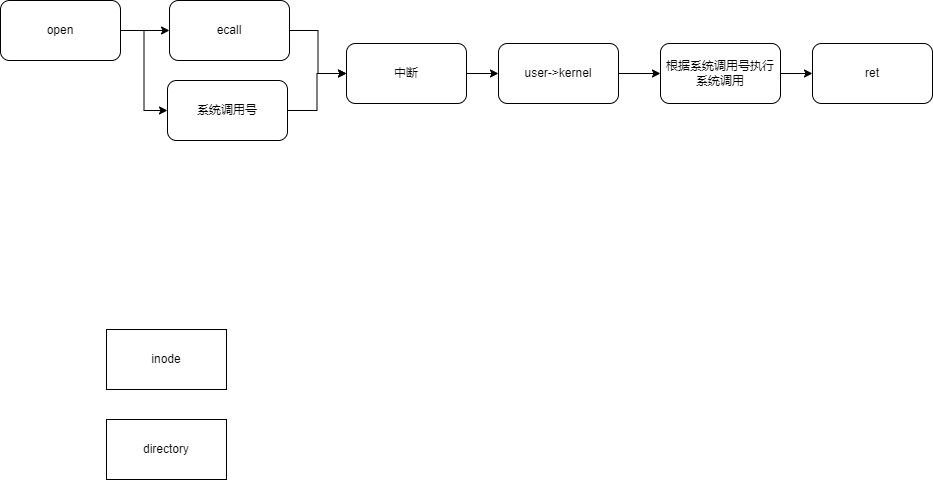
This is CS/OS/文件系统/filesystem.drawio.png from sirius-zyj/Images, a draw.io export, as it was before one commit. Source tidied: cells renumbered, new cells last; positions are measured from the earlier drawing's top-left corner, leaving out a move shared by most shapes. The source it was exported from:
```xml
<mxGraphModel background="#ffffff">
  <root>
    <mxCell id="0" />
    <mxCell id="1" parent="0" />
    <mxCell id="2" value="inode" style="rounded=0;whiteSpace=wrap;html=1;" parent="1" vertex="1">
      <mxGeometry x="106" y="329" width="120" height="60" as="geometry" />
    </mxCell>
    <mxCell id="3" value="directory" style="rounded=0;whiteSpace=wrap;html=1;" parent="1" vertex="1">
      <mxGeometry x="106" y="419" width="120" height="60" as="geometry" />
    </mxCell>
    <mxCell id="4" style="edgeStyle=orthogonalEdgeStyle;rounded=0;jettySize=auto;html=1;exitX=1;exitY=0.5;exitDx=0;exitDy=0;entryX=0;entryY=0.5;entryDx=0;entryDy=0;" parent="1" edge="1" source="6" target="10">
      <mxGeometry relative="1" as="geometry" />
    </mxCell>
    <mxCell id="5" style="edgeStyle=orthogonalEdgeStyle;rounded=0;jettySize=auto;html=1;exitX=1;exitY=0.5;exitDx=0;exitDy=0;entryX=0;entryY=0.5;entryDx=0;entryDy=0;" parent="1" edge="1" source="6" target="12">
      <mxGeometry relative="1" as="geometry" />
    </mxCell>
    <mxCell id="6" value="open" style="rounded=1;whiteSpace=wrap;html=1;" parent="1" vertex="1">
      <mxGeometry width="120" height="60" as="geometry" />
    </mxCell>
    <mxCell id="7" style="edgeStyle=orthogonalEdgeStyle;rounded=0;jettySize=auto;html=1;exitX=1;exitY=0.5;exitDx=0;exitDy=0;entryX=0;entryY=0.5;entryDx=0;entryDy=0;" parent="1" edge="1" source="8" target="16">
      <mxGeometry relative="1" as="geometry" />
    </mxCell>
    <mxCell id="8" value="user-&amp;gt;kernel" style="rounded=1;whiteSpace=wrap;html=1;" parent="1" vertex="1">
      <mxGeometry x="498" y="43" width="120" height="60" as="geometry" />
    </mxCell>
    <mxCell id="9" style="edgeStyle=orthogonalEdgeStyle;rounded=0;jettySize=auto;html=1;exitX=1;exitY=0.5;exitDx=0;exitDy=0;entryX=0;entryY=0.5;entryDx=0;entryDy=0;" parent="1" edge="1" source="10" target="14">
      <mxGeometry relative="1" as="geometry" />
    </mxCell>
    <mxCell id="10" value="ecall" style="rounded=1;whiteSpace=wrap;html=1;" parent="1" vertex="1">
      <mxGeometry x="169" width="120" height="60" as="geometry" />
    </mxCell>
    <mxCell id="11" style="edgeStyle=orthogonalEdgeStyle;rounded=0;jettySize=auto;html=1;exitX=1;exitY=0.5;exitDx=0;exitDy=0;entryX=0;entryY=0.5;entryDx=0;entryDy=0;" parent="1" edge="1" source="12" target="14">
      <mxGeometry relative="1" as="geometry" />
    </mxCell>
    <mxCell id="12" value="系统调用号" style="rounded=1;whiteSpace=wrap;html=1;" parent="1" vertex="1">
      <mxGeometry x="167" y="80" width="120" height="60" as="geometry" />
    </mxCell>
    <mxCell id="13" style="edgeStyle=orthogonalEdgeStyle;rounded=0;jettySize=auto;html=1;exitX=1;exitY=0.5;exitDx=0;exitDy=0;entryX=0;entryY=0.5;entryDx=0;entryDy=0;" parent="1" edge="1" source="14" target="8">
      <mxGeometry relative="1" as="geometry" />
    </mxCell>
    <mxCell id="14" value="中断" style="rounded=1;whiteSpace=wrap;html=1;" parent="1" vertex="1">
      <mxGeometry x="346" y="43" width="120" height="60" as="geometry" />
    </mxCell>
    <mxCell id="15" style="edgeStyle=orthogonalEdgeStyle;rounded=0;jettySize=auto;html=1;exitX=1;exitY=0.5;exitDx=0;exitDy=0;entryX=0;entryY=0.5;entryDx=0;entryDy=0;" parent="1" edge="1" source="16" target="17">
      <mxGeometry relative="1" as="geometry" />
    </mxCell>
    <mxCell id="16" value="根据系统调用号执行系统调用" style="rounded=1;whiteSpace=wrap;html=1;" parent="1" vertex="1">
      <mxGeometry x="660" y="43" width="120" height="60" as="geometry" />
    </mxCell>
    <mxCell id="17" value="ret" style="rounded=1;whiteSpace=wrap;html=1;" parent="1" vertex="1">
      <mxGeometry x="812" y="43" width="120" height="60" as="geometry" />
    </mxCell>
  </root>
</mxGraphModel>
```
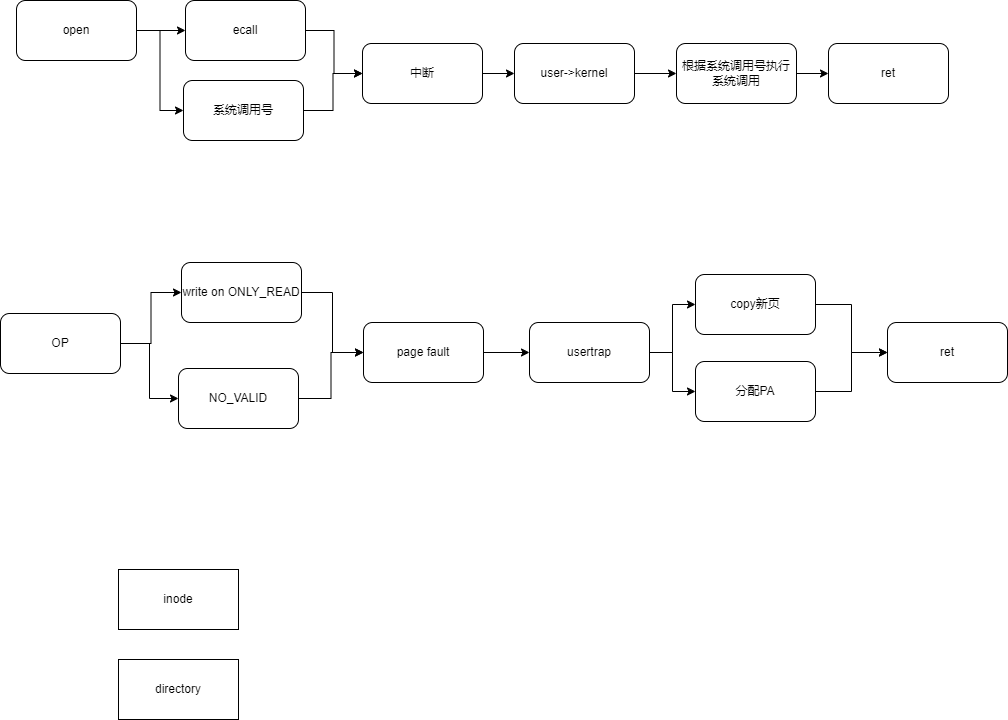
The same file after the commit.

The edit, as a diff of the source:
```diff
@@ -3,10 +3,10 @@
     <mxCell id="0" />
     <mxCell id="1" parent="0" />
     <mxCell id="2" value="inode" style="rounded=0;whiteSpace=wrap;html=1;" parent="1" vertex="1">
-      <mxGeometry x="106" y="329" width="120" height="60" as="geometry" />
+      <mxGeometry x="102" y="569" width="120" height="60" as="geometry" />
     </mxCell>
     <mxCell id="3" value="directory" style="rounded=0;whiteSpace=wrap;html=1;" parent="1" vertex="1">
-      <mxGeometry x="106" y="419" width="120" height="60" as="geometry" />
+      <mxGeometry x="102" y="659" width="120" height="60" as="geometry" />
     </mxCell>
     <mxCell id="4" style="edgeStyle=orthogonalEdgeStyle;rounded=0;jettySize=auto;html=1;exitX=1;exitY=0.5;exitDx=0;exitDy=0;entryX=0;entryY=0.5;entryDx=0;entryDy=0;" parent="1" edge="1" source="6" target="10">
       <mxGeometry relative="1" as="geometry" />
@@ -50,5 +50,56 @@
     <mxCell id="17" value="ret" style="rounded=1;whiteSpace=wrap;html=1;" parent="1" vertex="1">
       <mxGeometry x="812" y="43" width="120" height="60" as="geometry" />
     </mxCell>
+    <mxCell id="18" style="edgeStyle=orthogonalEdgeStyle;rounded=0;jettySize=auto;html=1;exitX=1;exitY=0.5;exitDx=0;exitDy=0;" parent="1" edge="1" source="19" target="23">
+      <mxGeometry relative="1" as="geometry" />
+    </mxCell>
+    <mxCell id="19" value="write on ONLY_READ" style="rounded=1;whiteSpace=wrap;html=1;" parent="1" vertex="1">
+      <mxGeometry x="165" y="262" width="120" height="60" as="geometry" />
+    </mxCell>
+    <mxCell id="20" style="edgeStyle=orthogonalEdgeStyle;rounded=0;jettySize=auto;html=1;exitX=1;exitY=0.5;exitDx=0;exitDy=0;entryX=0;entryY=0.5;entryDx=0;entryDy=0;" parent="1" edge="1" source="21" target="23">
+      <mxGeometry relative="1" as="geometry" />
+    </mxCell>
+    <mxCell id="21" value="NO_VALID" style="rounded=1;whiteSpace=wrap;html=1;" parent="1" vertex="1">
+      <mxGeometry x="162" y="368" width="120" height="60" as="geometry" />
+    </mxCell>
+    <mxCell id="22" style="edgeStyle=orthogonalEdgeStyle;rounded=0;jettySize=auto;html=1;exitX=1;exitY=0.5;exitDx=0;exitDy=0;entryX=0;entryY=0.5;entryDx=0;entryDy=0;" parent="1" edge="1" source="23" target="26">
+      <mxGeometry relative="1" as="geometry" />
+    </mxCell>
+    <mxCell id="23" value="page fault" style="rounded=1;whiteSpace=wrap;html=1;" parent="1" vertex="1">
+      <mxGeometry x="347" y="322" width="120" height="60" as="geometry" />
+    </mxCell>
+    <mxCell id="24" style="edgeStyle=orthogonalEdgeStyle;rounded=0;jettySize=auto;html=1;exitX=1;exitY=0.5;exitDx=0;exitDy=0;entryX=0;entryY=0.5;entryDx=0;entryDy=0;" parent="1" edge="1" source="26" target="28">
+      <mxGeometry relative="1" as="geometry" />
+    </mxCell>
+    <mxCell id="25" style="edgeStyle=orthogonalEdgeStyle;rounded=0;jettySize=auto;html=1;exitX=1;exitY=0.5;exitDx=0;exitDy=0;entryX=0;entryY=0.5;entryDx=0;entryDy=0;" parent="1" edge="1" source="26" target="30">
+      <mxGeometry relative="1" as="geometry" />
+    </mxCell>
+    <mxCell id="26" value="usertrap" style="rounded=1;whiteSpace=wrap;html=1;" parent="1" vertex="1">
+      <mxGeometry x="513" y="322" width="120" height="60" as="geometry" />
+    </mxCell>
+    <mxCell id="27" style="edgeStyle=orthogonalEdgeStyle;rounded=0;jettySize=auto;html=1;exitX=1;exitY=0.5;exitDx=0;exitDy=0;entryX=0;entryY=0.5;entryDx=0;entryDy=0;" parent="1" edge="1" source="28" target="31">
+      <mxGeometry relative="1" as="geometry" />
+    </mxCell>
+    <mxCell id="28" value="分配PA" style="rounded=1;whiteSpace=wrap;html=1;" parent="1" vertex="1">
+      <mxGeometry x="679" y="361" width="120" height="60" as="geometry" />
+    </mxCell>
+    <mxCell id="29" style="edgeStyle=orthogonalEdgeStyle;rounded=0;jettySize=auto;html=1;exitX=1;exitY=0.5;exitDx=0;exitDy=0;entryX=0;entryY=0.5;entryDx=0;entryDy=0;" parent="1" edge="1" source="30" target="31">
+      <mxGeometry relative="1" as="geometry" />
+    </mxCell>
+    <mxCell id="30" value="copy新页" style="rounded=1;whiteSpace=wrap;html=1;" parent="1" vertex="1">
+      <mxGeometry x="679" y="274" width="120" height="60" as="geometry" />
+    </mxCell>
+    <mxCell id="31" value="ret" style="rounded=1;whiteSpace=wrap;html=1;" parent="1" vertex="1">
+      <mxGeometry x="871" y="322" width="120" height="60" as="geometry" />
+    </mxCell>
+    <mxCell id="32" style="edgeStyle=orthogonalEdgeStyle;rounded=0;jettySize=auto;html=1;exitX=1;exitY=0.5;exitDx=0;exitDy=0;entryX=0;entryY=0.5;entryDx=0;entryDy=0;" parent="1" edge="1" source="34" target="19">
+      <mxGeometry relative="1" as="geometry" />
+    </mxCell>
+    <mxCell id="33" style="edgeStyle=orthogonalEdgeStyle;rounded=0;jettySize=auto;html=1;exitX=1;exitY=0.5;exitDx=0;exitDy=0;entryX=0;entryY=0.5;entryDx=0;entryDy=0;" parent="1" edge="1" source="34" target="21">
+      <mxGeometry relative="1" as="geometry" />
+    </mxCell>
+    <mxCell id="34" value="OP" style="rounded=1;whiteSpace=wrap;html=1;" parent="1" vertex="1">
+      <mxGeometry x="-16" y="313" width="120" height="60" as="geometry" />
+    </mxCell>
   </root>
 </mxGraphModel>
```
